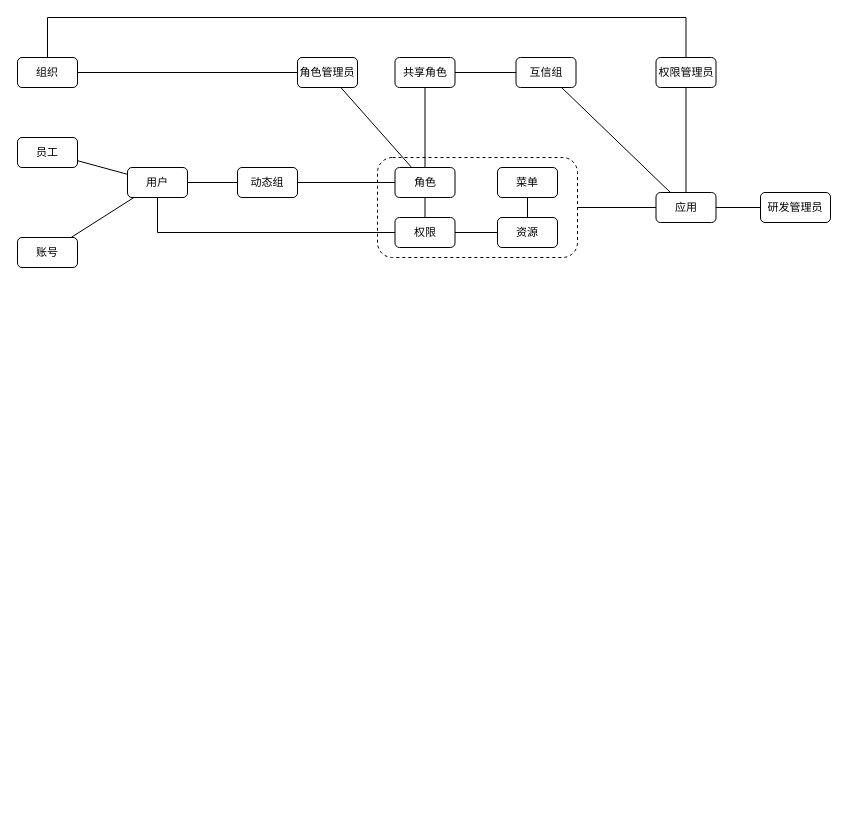
Before: UAC领域模型.drawio in yamilinqh/spicedb, a draw.io diagram. Source tidied: cells renumbered, new cells numbered last; positions are measured from the earlier drawing's top-left corner, leaving out a move shared by most shapes. Both pictures are drawn from the tidied source at 100%, with x=0, y=0 at pixel (17, 17).
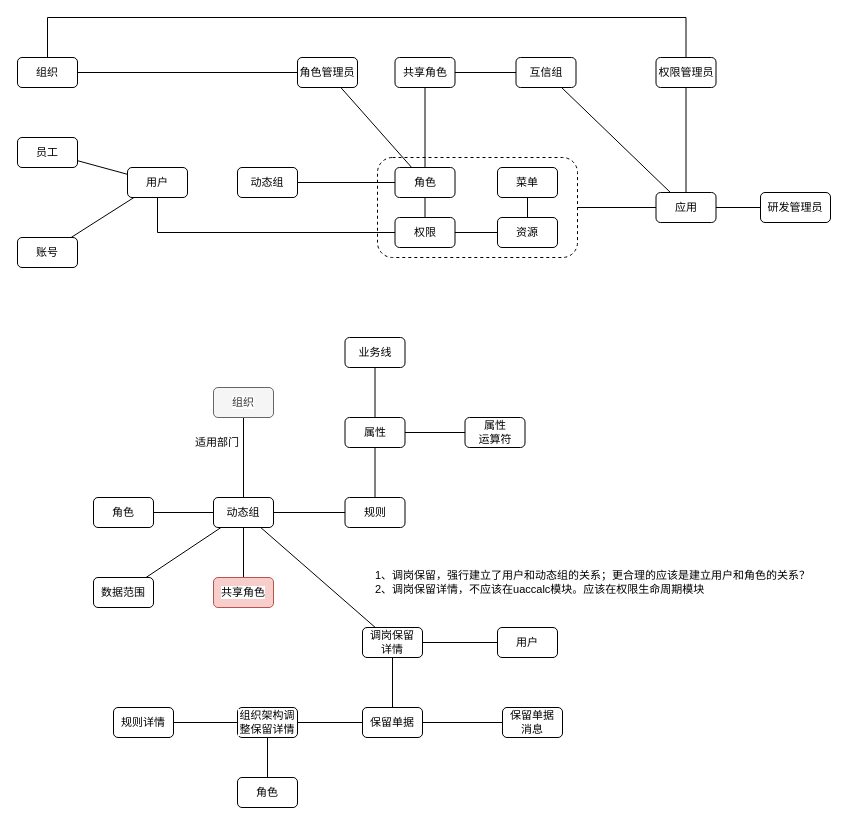
After the change.

Unchanged cells that the change refers to:
```xml
<mxCell id="7" value="用户" style="rounded=1;whiteSpace=wrap;html=1;fontFamily=Helvetica;fontSize=11;fontColor=default;labelBackgroundColor=default;" parent="1" vertex="1">
  <mxGeometry x="110" y="150" width="60" height="30" as="geometry" />
</mxCell>
<mxCell id="11" value="动态组" style="rounded=1;whiteSpace=wrap;html=1;fontFamily=Helvetica;fontSize=11;fontColor=default;labelBackgroundColor=default;" parent="1" vertex="1">
  <mxGeometry x="220" y="150" width="60" height="30" as="geometry" />
</mxCell>
```

The edit, as a diff of the source:
```diff
@@
-    <mxCell id="6" style="edgeStyle=orthogonalEdgeStyle;shape=connector;rounded=0;jettySize=auto;html=1;strokeColor=default;align=center;verticalAlign=middle;fontFamily=Helvetica;fontSize=11;fontColor=default;labelBackgroundColor=default;endArrow=none;endFill=0;" parent="1" edge="1" source="7" target="11">
-      <mxGeometry relative="1" as="geometry" />
-    </mxCell>
@@
+    <mxCell id="35" style="edgeStyle=none;shape=connector;rounded=0;jettySize=auto;html=1;strokeColor=default;align=center;verticalAlign=middle;fontFamily=Helvetica;fontSize=11;fontColor=default;labelBackgroundColor=default;endArrow=none;endFill=0;" parent="1" edge="1" source="40" target="42">
+      <mxGeometry relative="1" as="geometry" />
+    </mxCell>
+    <mxCell id="36" style="edgeStyle=none;shape=connector;rounded=0;jettySize=auto;html=1;strokeColor=default;align=center;verticalAlign=middle;fontFamily=Helvetica;fontSize=11;fontColor=default;labelBackgroundColor=default;endArrow=none;endFill=0;" parent="1" edge="1" source="40" target="46">
+      <mxGeometry relative="1" as="geometry" />
+    </mxCell>
+    <mxCell id="37" style="edgeStyle=none;shape=connector;rounded=0;jettySize=auto;html=1;strokeColor=default;align=center;verticalAlign=middle;fontFamily=Helvetica;fontSize=11;fontColor=default;labelBackgroundColor=default;endArrow=none;endFill=0;" parent="1" edge="1" source="40" target="48">
+      <mxGeometry relative="1" as="geometry" />
+    </mxCell>
+    <mxCell id="38" style="edgeStyle=none;shape=connector;rounded=0;jettySize=auto;html=1;strokeColor=default;align=center;verticalAlign=middle;fontFamily=Helvetica;fontSize=11;fontColor=default;labelBackgroundColor=default;endArrow=none;endFill=0;" parent="1" edge="1" source="40" target="50">
+      <mxGeometry relative="1" as="geometry" />
+    </mxCell>
+    <mxCell id="39" style="edgeStyle=none;shape=connector;rounded=0;jettySize=auto;html=1;strokeColor=default;align=center;verticalAlign=middle;fontFamily=Helvetica;fontSize=11;fontColor=default;labelBackgroundColor=default;endArrow=none;endFill=0;" parent="1" edge="1" source="40" target="42">
+      <mxGeometry relative="1" as="geometry" />
+    </mxCell>
+    <mxCell id="40" value="动态组" style="rounded=1;whiteSpace=wrap;html=1;fontFamily=Helvetica;fontSize=11;fontColor=default;labelBackgroundColor=default;" parent="1" vertex="1">
+      <mxGeometry x="196" y="480" width="60" height="30" as="geometry" />
+    </mxCell>
+    <mxCell id="41" style="edgeStyle=none;shape=connector;rounded=0;jettySize=auto;html=1;strokeColor=default;align=center;verticalAlign=middle;fontFamily=Helvetica;fontSize=11;fontColor=default;labelBackgroundColor=default;endArrow=none;endFill=0;" parent="1" edge="1" source="42" target="45">
+      <mxGeometry relative="1" as="geometry" />
+    </mxCell>
+    <mxCell id="42" value="规则" style="rounded=1;whiteSpace=wrap;html=1;fontFamily=Helvetica;fontSize=11;fontColor=default;labelBackgroundColor=default;" parent="1" vertex="1">
+      <mxGeometry x="327.5" y="480" width="60" height="30" as="geometry" />
+    </mxCell>
+    <mxCell id="43" style="edgeStyle=none;shape=connector;rounded=0;jettySize=auto;html=1;strokeColor=default;align=center;verticalAlign=middle;fontFamily=Helvetica;fontSize=11;fontColor=default;labelBackgroundColor=default;endArrow=none;endFill=0;" parent="1" edge="1" source="45" target="49">
+      <mxGeometry relative="1" as="geometry" />
+    </mxCell>
+    <mxCell id="44" style="edgeStyle=none;shape=connector;rounded=0;jettySize=auto;html=1;strokeColor=default;align=center;verticalAlign=middle;fontFamily=Helvetica;fontSize=11;fontColor=default;labelBackgroundColor=default;endArrow=none;endFill=0;" parent="1" edge="1" source="45" target="53">
+      <mxGeometry relative="1" as="geometry" />
+    </mxCell>
+    <mxCell id="45" value="属性" style="rounded=1;whiteSpace=wrap;html=1;fontFamily=Helvetica;fontSize=11;fontColor=default;labelBackgroundColor=default;" parent="1" vertex="1">
+      <mxGeometry x="327.5" y="400" width="60" height="30" as="geometry" />
+    </mxCell>
+    <mxCell id="46" value="组织" style="rounded=1;whiteSpace=wrap;html=1;fontFamily=Helvetica;fontSize=11;fontColor=#333333;labelBackgroundColor=default;fillColor=#f5f5f5;strokeColor=#666666;" parent="1" vertex="1">
+      <mxGeometry x="196" y="370" width="60" height="30" as="geometry" />
+    </mxCell>
+    <mxCell id="47" value="适用部门" style="text;html=1;align=center;verticalAlign=middle;whiteSpace=wrap;rounded=0;fontFamily=Helvetica;fontSize=11;fontColor=default;labelBackgroundColor=default;" parent="1" vertex="1">
+      <mxGeometry x="170" y="410" width="60" height="30" as="geometry" />
+    </mxCell>
+    <mxCell id="48" value="角色" style="rounded=1;whiteSpace=wrap;html=1;fontFamily=Helvetica;fontSize=11;fontColor=default;labelBackgroundColor=default;" parent="1" vertex="1">
+      <mxGeometry x="76" y="480" width="60" height="30" as="geometry" />
+    </mxCell>
+    <mxCell id="49" value="业务线" style="rounded=1;whiteSpace=wrap;html=1;fontFamily=Helvetica;fontSize=11;fontColor=default;labelBackgroundColor=default;" parent="1" vertex="1">
+      <mxGeometry x="327.5" y="320" width="60" height="30" as="geometry" />
+    </mxCell>
+    <mxCell id="50" value="共享角色" style="rounded=1;whiteSpace=wrap;html=1;fontFamily=Helvetica;fontSize=11;labelBackgroundColor=default;fillColor=#f8cecc;strokeColor=#b85450;" parent="1" vertex="1">
+      <mxGeometry x="196" y="560" width="60" height="30" as="geometry" />
+    </mxCell>
+    <mxCell id="51" style="edgeStyle=none;shape=connector;rounded=0;jettySize=auto;html=1;strokeColor=default;align=center;verticalAlign=middle;fontFamily=Helvetica;fontSize=11;fontColor=default;labelBackgroundColor=default;endArrow=none;endFill=0;" parent="1" edge="1" source="52" target="40">
+      <mxGeometry relative="1" as="geometry" />
+    </mxCell>
+    <mxCell id="52" value="数据范围" style="rounded=1;whiteSpace=wrap;html=1;fontFamily=Helvetica;fontSize=11;fontColor=default;labelBackgroundColor=default;" parent="1" vertex="1">
+      <mxGeometry x="76" y="560" width="60" height="30" as="geometry" />
+    </mxCell>
+    <mxCell id="53" value="属性&lt;br&gt;运算符" style="rounded=1;whiteSpace=wrap;html=1;fontFamily=Helvetica;fontSize=11;fontColor=default;labelBackgroundColor=default;" parent="1" vertex="1">
+      <mxGeometry x="447.5" y="400" width="60" height="30" as="geometry" />
+    </mxCell>
+    <mxCell id="54" style="edgeStyle=none;shape=connector;rounded=0;jettySize=auto;html=1;strokeColor=default;align=center;verticalAlign=middle;fontFamily=Helvetica;fontSize=11;fontColor=default;labelBackgroundColor=default;endArrow=none;endFill=0;" parent="1" edge="1" source="57" target="60">
+      <mxGeometry relative="1" as="geometry" />
+    </mxCell>
+    <mxCell id="55" style="edgeStyle=none;shape=connector;rounded=0;jettySize=auto;html=1;strokeColor=default;align=center;verticalAlign=middle;fontFamily=Helvetica;fontSize=11;fontColor=default;labelBackgroundColor=default;endArrow=none;endFill=0;" parent="1" edge="1" source="57" target="61">
+      <mxGeometry relative="1" as="geometry" />
+    </mxCell>
+    <mxCell id="56" style="edgeStyle=none;shape=connector;rounded=0;jettySize=auto;html=1;strokeColor=default;align=center;verticalAlign=middle;fontFamily=Helvetica;fontSize=11;fontColor=default;labelBackgroundColor=default;endArrow=none;endFill=0;" parent="1" edge="1" source="57" target="64">
+      <mxGeometry relative="1" as="geometry" />
+    </mxCell>
+    <mxCell id="57" value="保留单据" style="rounded=1;whiteSpace=wrap;html=1;fontFamily=Helvetica;fontSize=11;fontColor=default;labelBackgroundColor=default;" parent="1" vertex="1">
+      <mxGeometry x="345" y="690" width="60" height="30" as="geometry" />
+    </mxCell>
+    <mxCell id="58" style="edgeStyle=none;shape=connector;rounded=0;jettySize=auto;html=1;strokeColor=default;align=center;verticalAlign=middle;fontFamily=Helvetica;fontSize=11;fontColor=default;labelBackgroundColor=default;endArrow=none;endFill=0;" parent="1" edge="1" source="60" target="66">
+      <mxGeometry relative="1" as="geometry" />
+    </mxCell>
+    <mxCell id="59" style="edgeStyle=none;shape=connector;rounded=0;jettySize=auto;html=1;strokeColor=default;align=center;verticalAlign=middle;fontFamily=Helvetica;fontSize=11;fontColor=default;labelBackgroundColor=default;endArrow=none;endFill=0;" parent="1" edge="1" source="60" target="68">
+      <mxGeometry relative="1" as="geometry" />
+    </mxCell>
+    <mxCell id="60" value="组织架构调整保留详情" style="rounded=1;whiteSpace=wrap;html=1;fontFamily=Helvetica;fontSize=11;fontColor=default;labelBackgroundColor=default;" parent="1" vertex="1">
+      <mxGeometry x="220" y="690" width="60" height="30" as="geometry" />
+    </mxCell>
+    <mxCell id="61" value="保留单据&lt;br&gt;消息" style="rounded=1;whiteSpace=wrap;html=1;fontFamily=Helvetica;fontSize=11;fontColor=default;labelBackgroundColor=default;" parent="1" vertex="1">
+      <mxGeometry x="485" y="690" width="60" height="30" as="geometry" />
+    </mxCell>
+    <mxCell id="62" style="edgeStyle=none;shape=connector;rounded=0;jettySize=auto;html=1;strokeColor=default;align=center;verticalAlign=middle;fontFamily=Helvetica;fontSize=11;fontColor=default;labelBackgroundColor=default;endArrow=none;endFill=0;" parent="1" edge="1" source="64" target="40">
+      <mxGeometry relative="1" as="geometry" />
+    </mxCell>
+    <mxCell id="63" style="edgeStyle=none;shape=connector;rounded=0;jettySize=auto;html=1;strokeColor=default;align=center;verticalAlign=middle;fontFamily=Helvetica;fontSize=11;fontColor=default;labelBackgroundColor=default;endArrow=none;endFill=0;" parent="1" edge="1" source="64" target="65">
+      <mxGeometry relative="1" as="geometry" />
+    </mxCell>
+    <mxCell id="64" value="调岗保留&lt;br&gt;详情" style="rounded=1;whiteSpace=wrap;html=1;fontFamily=Helvetica;fontSize=11;fontColor=default;labelBackgroundColor=default;" parent="1" vertex="1">
+      <mxGeometry x="345" y="610" width="60" height="30" as="geometry" />
+    </mxCell>
+    <mxCell id="65" value="用户" style="rounded=1;whiteSpace=wrap;html=1;fontFamily=Helvetica;fontSize=11;fontColor=default;labelBackgroundColor=default;" parent="1" vertex="1">
+      <mxGeometry x="480" y="610" width="60" height="30" as="geometry" />
+    </mxCell>
+    <mxCell id="66" value="规则详情" style="rounded=1;whiteSpace=wrap;html=1;fontFamily=Helvetica;fontSize=11;fontColor=default;labelBackgroundColor=default;" parent="1" vertex="1">
+      <mxGeometry x="96" y="690" width="60" height="30" as="geometry" />
+    </mxCell>
+    <mxCell id="67" value="1、调岗保留，强行建立了用户和动态组的关系；更合理的应该是建立用户和角色的关系？&lt;br&gt;&lt;div style=&quot;text-align: left;&quot;&gt;2、调岗保留详情，不应该在uaccalc模块。应该在权限生命周期模块&lt;/div&gt;" style="text;html=1;align=center;verticalAlign=middle;strokeColor=none;fillColor=none;fontFamily=Helvetica;fontSize=11;fontColor=default;labelBackgroundColor=default;" parent="1" vertex="1">
+      <mxGeometry x="345" y="545" width="460" height="40" as="geometry" />
+    </mxCell>
+    <mxCell id="68" value="角色" style="rounded=1;whiteSpace=wrap;html=1;fontFamily=Helvetica;fontSize=11;fontColor=default;labelBackgroundColor=default;" parent="1" vertex="1">
+      <mxGeometry x="220" y="760" width="60" height="30" as="geometry" />
+    </mxCell>
```
